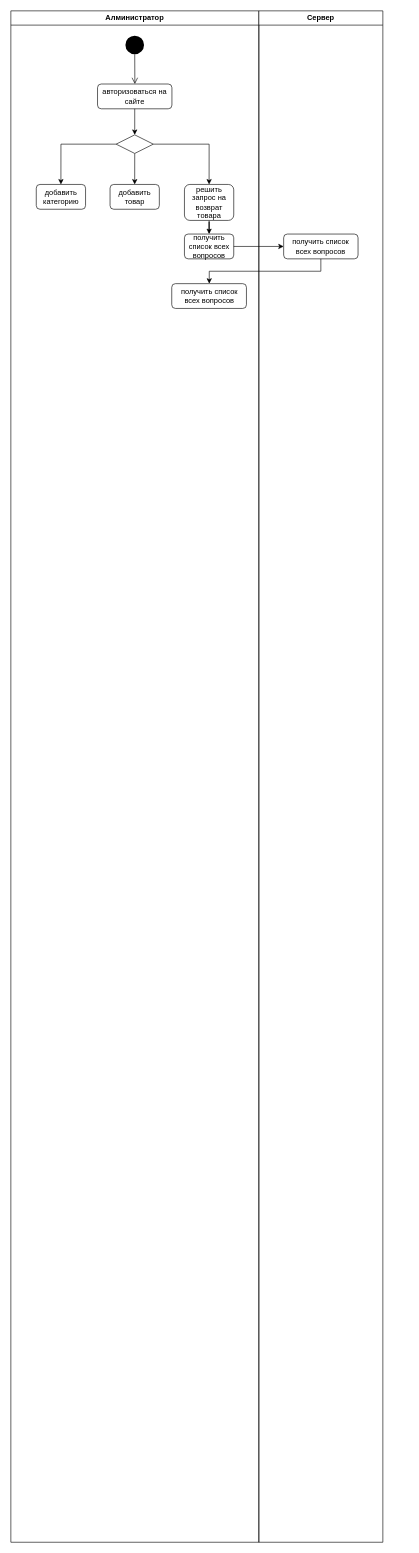
Before: activity_2.drawio in randomunrandom/MSS, a draw.io diagram. Source tidied: cells renumbered, new cells numbered last; positions are measured from the earlier drawing's top-left corner, leaving out a move shared by most shapes. Both pictures are drawn from the tidied source at 62%, with x=0, y=0 at pixel (11, 11).
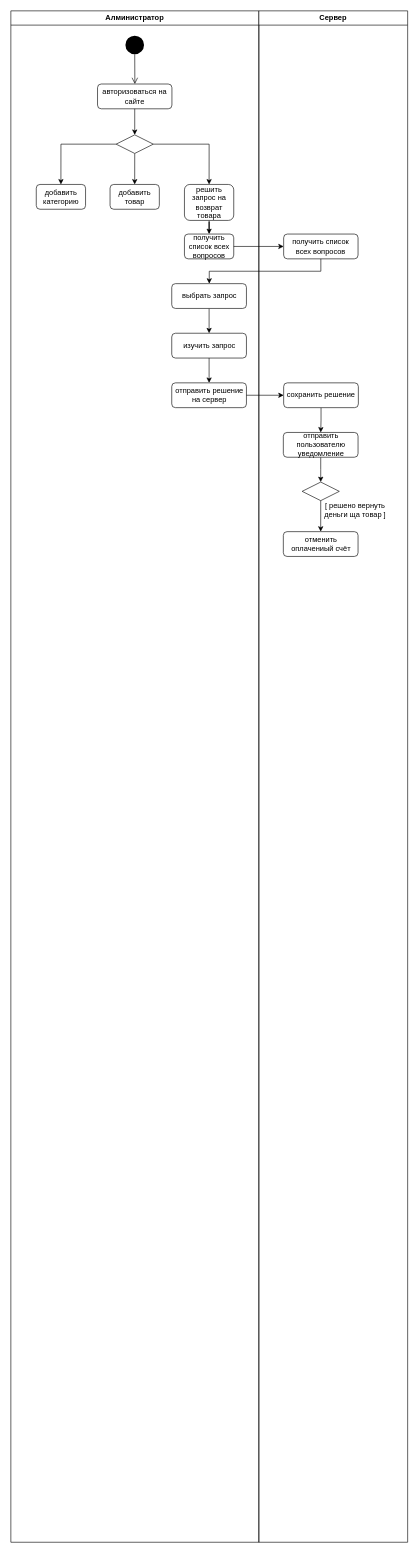
The same diagram, later.

Unchanged cells that the change refers to:
```xml
<mxCell id="2" value="Алминистратор" style="swimlane;whiteSpace=wrap;" parent="1" vertex="1">
  <mxGeometry width="400" height="2470" as="geometry" />
</mxCell>
```

The edit, as a diff of the source:
```diff
@@
+    <mxCell id="21" style="edgeStyle=orthogonalEdgeStyle;rounded=0;jettySize=auto;html=1;" parent="2" edge="1" source="16" target="23">
+      <mxGeometry relative="1" as="geometry" />
+    </mxCell>
-    <mxCell id="16" value="получить список всех вопросов" style="rounded=1;whiteSpace=wrap;html=1;fontFamily=Helvetica;fontSize=12;fontColor=#000000;align=center;strokeColor=#000000;fillColor=#ffffff;" parent="2" vertex="1">
+    <mxCell id="16" value="выбрать запрос" style="rounded=1;whiteSpace=wrap;html=1;fontFamily=Helvetica;fontSize=12;fontColor=#000000;align=center;strokeColor=#000000;fillColor=#ffffff;" parent="2" vertex="1">
       <mxGeometry x="259.5" y="440" width="120.5" height="40" as="geometry" />
     </mxCell>
+    <mxCell id="22" style="edgeStyle=orthogonalEdgeStyle;rounded=0;jettySize=auto;html=1;" parent="2" edge="1" source="23" target="24">
+      <mxGeometry relative="1" as="geometry" />
+    </mxCell>
+    <mxCell id="23" value="изучить запрос" style="rounded=1;whiteSpace=wrap;html=1;fontFamily=Helvetica;fontSize=12;fontColor=#000000;align=center;strokeColor=#000000;fillColor=#ffffff;" parent="2" vertex="1">
+      <mxGeometry x="259.5" y="520" width="120.5" height="40" as="geometry" />
+    </mxCell>
+    <mxCell id="24" value="отправить решение на сервер" style="rounded=1;whiteSpace=wrap;html=1;fontFamily=Helvetica;fontSize=12;fontColor=#000000;align=center;strokeColor=#000000;fillColor=#ffffff;" parent="2" vertex="1">
+      <mxGeometry x="259.5" y="600" width="120.5" height="40" as="geometry" />
+    </mxCell>
     <mxCell id="17" value="Сервер" style="swimlane;whiteSpace=wrap;" parent="1" vertex="1">
-      <mxGeometry x="400" width="200" height="2470" as="geometry" />
+      <mxGeometry x="400" width="240" height="2470" as="geometry" />
     </mxCell>
@@
+    <mxCell id="25" style="edgeStyle=orthogonalEdgeStyle;rounded=0;jettySize=auto;html=1;" parent="17" edge="1" source="26" target="28">
+      <mxGeometry relative="1" as="geometry" />
+    </mxCell>
+    <mxCell id="26" value="сохранить решение" style="rounded=1;whiteSpace=wrap;html=1;fontFamily=Helvetica;fontSize=12;fontColor=#000000;align=center;strokeColor=#000000;fillColor=#ffffff;" parent="17" vertex="1">
+      <mxGeometry x="40" y="600" width="120.5" height="40" as="geometry" />
+    </mxCell>
+    <mxCell id="27" style="edgeStyle=orthogonalEdgeStyle;rounded=0;jettySize=auto;html=1;entryX=0.5;entryY=0;entryDx=0;entryDy=0;" parent="17" edge="1" source="28" target="29">
+      <mxGeometry relative="1" as="geometry" />
+    </mxCell>
+    <mxCell id="28" value="отправить пользователю уведомление" style="rounded=1;whiteSpace=wrap;html=1;fontFamily=Helvetica;fontSize=12;fontColor=#000000;align=center;strokeColor=#000000;fillColor=#ffffff;" parent="17" vertex="1">
+      <mxGeometry x="39.5" y="680" width="120.5" height="40" as="geometry" />
+    </mxCell>
+    <mxCell id="29" style="rhombus;whiteSpace=wrap;html=1;strokeColor=#000000;strokeWidth=1;fillColor=#FFFFFF;" parent="17" vertex="1">
+      <mxGeometry x="69.8" y="760" width="60" height="30" as="geometry" />
+    </mxCell>
+    <mxCell id="30" value="отменить оплачениый счёт" style="rounded=1;whiteSpace=wrap;html=1;fontFamily=Helvetica;fontSize=12;fontColor=#000000;align=center;strokeColor=#000000;fillColor=#ffffff;" parent="17" vertex="1">
+      <mxGeometry x="39.5" y="840" width="120.5" height="40" as="geometry" />
+    </mxCell>
+    <mxCell id="31" style="edgeStyle=orthogonalEdgeStyle;rounded=0;jettySize=auto;html=1;exitX=0.5;exitY=1;exitDx=0;exitDy=0;entryX=0.5;entryY=0;entryDx=0;entryDy=0;" parent="17" edge="1" source="29" target="30">
+      <mxGeometry relative="1" as="geometry" />
+    </mxCell>
+    <mxCell id="32" value="[ решено вернуть&lt;br&gt;деньги ща товар ]" style="text;html=1;align=center;verticalAlign=middle;" parent="17" vertex="1">
+      <mxGeometry x="100" y="790" width="110" height="30" as="geometry" />
+    </mxCell>
@@
+    <mxCell id="33" style="edgeStyle=orthogonalEdgeStyle;rounded=0;jettySize=auto;html=1;" parent="1" edge="1" source="24" target="26">
+      <mxGeometry relative="1" as="geometry" />
+    </mxCell>
```
